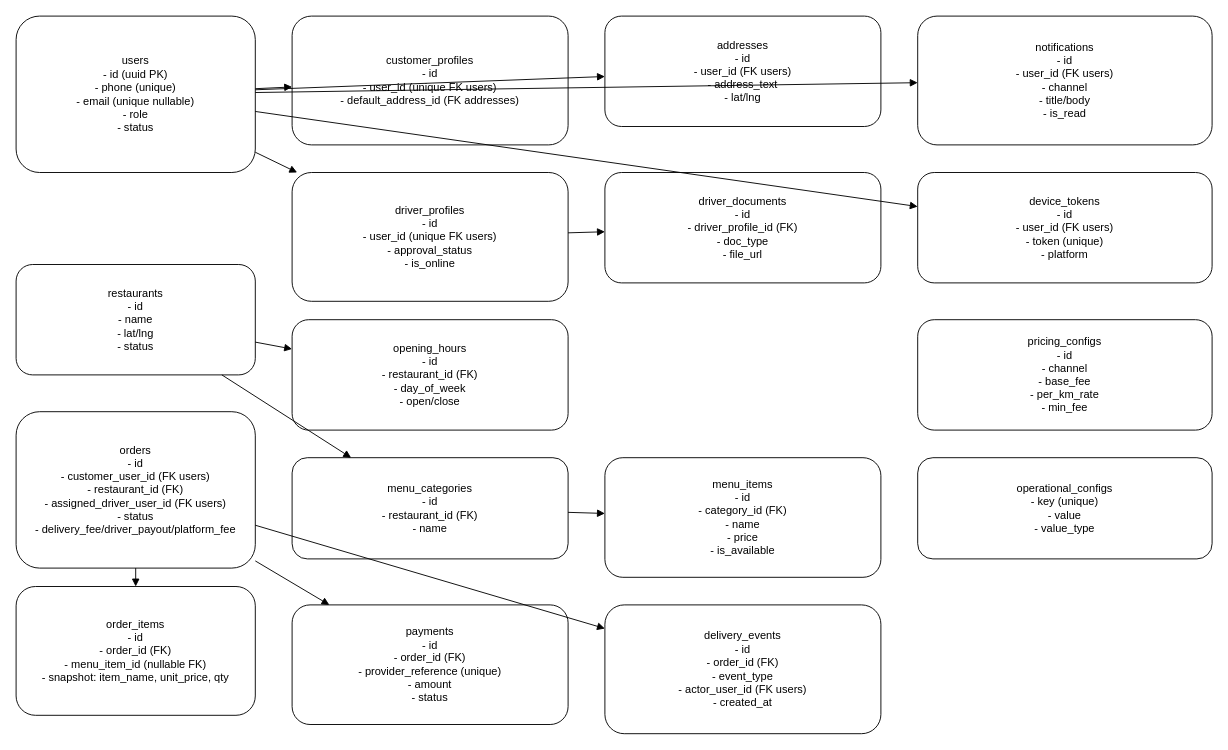
Above: docs/er_diagram.drawio in nahum-code/kech-delivery-app (draw.io), before the change. Source tidied: cells renumbered, new cells numbered last; positions are measured from the earlier drawing's top-left corner, leaving out a move shared by most shapes. Both pictures are drawn from the tidied source at 92%, with x=0, y=0 at pixel (16, 16).
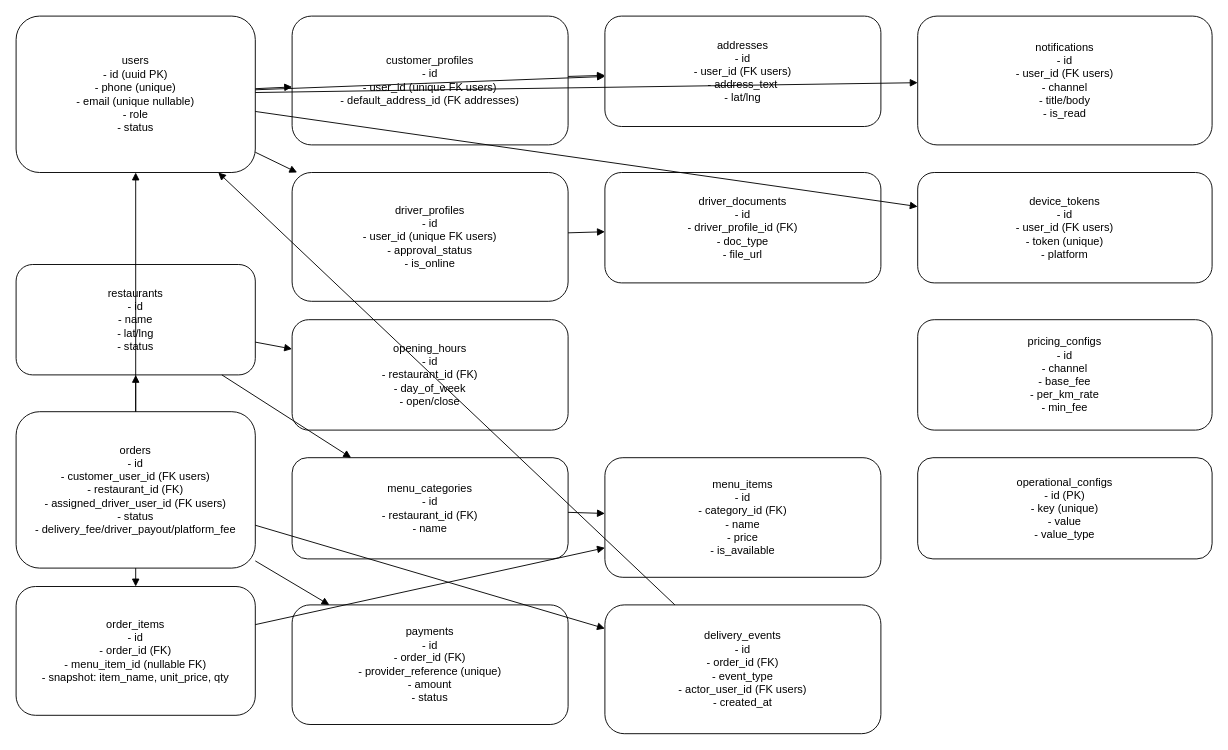
The same page after the edit.

Commit message (it also covers changes not shown here):
docs: add MVP dispatch design and expand architecture/database documentation with updated ER artifacts

Unchanged cells that the change refers to:
```xml
<mxCell id="2" value="users&#10;- id (uuid PK)&#10;- phone (unique)&#10;- email (unique nullable)&#10;- role&#10;- status" style="rounded=1;whiteSpace=wrap;html=1;" parent="1" vertex="1">
  <mxGeometry width="260" height="170" as="geometry" />
</mxCell>
<mxCell id="3" value="customer_profiles&#10;- id&#10;- user_id (unique FK users)&#10;- default_address_id (FK addresses)" style="rounded=1;whiteSpace=wrap;html=1;" parent="1" vertex="1">
  <mxGeometry x="300" width="300" height="140" as="geometry" />
</mxCell>
<mxCell id="6" value="addresses&#10;- id&#10;- user_id (FK users)&#10;- address_text&#10;- lat/lng" style="rounded=1;whiteSpace=wrap;html=1;" parent="1" vertex="1">
  <mxGeometry x="640" width="300" height="120" as="geometry" />
</mxCell>
<mxCell id="7" value="restaurants&#10;- id&#10;- name&#10;- lat/lng&#10;- status" style="rounded=1;whiteSpace=wrap;html=1;" parent="1" vertex="1">
  <mxGeometry y="270" width="260" height="120" as="geometry" />
</mxCell>
<mxCell id="10" value="menu_items&#10;- id&#10;- category_id (FK)&#10;- name&#10;- price&#10;- is_available" style="rounded=1;whiteSpace=wrap;html=1;" parent="1" vertex="1">
  <mxGeometry x="640" y="480" width="300" height="130" as="geometry" />
</mxCell>
<mxCell id="11" value="orders&#10;- id&#10;- customer_user_id (FK users)&#10;- restaurant_id (FK)&#10;- assigned_driver_user_id (FK users)&#10;- status&#10;- delivery_fee/driver_payout/platform_fee" style="rounded=1;whiteSpace=wrap;html=1;" parent="1" vertex="1">
  <mxGeometry y="430" width="260" height="170" as="geometry" />
</mxCell>
<mxCell id="12" value="order_items&#10;- id&#10;- order_id (FK)&#10;- menu_item_id (nullable FK)&#10;- snapshot: item_name, unit_price, qty" style="rounded=1;whiteSpace=wrap;html=1;" parent="1" vertex="1">
  <mxGeometry y="620" width="260" height="140" as="geometry" />
</mxCell>
<mxCell id="14" value="delivery_events&#10;- id&#10;- order_id (FK)&#10;- event_type&#10;- actor_user_id (FK users)&#10;- created_at" style="rounded=1;whiteSpace=wrap;html=1;" parent="1" vertex="1">
  <mxGeometry x="640" y="640" width="300" height="140" as="geometry" />
</mxCell>
```

Diff of the diagram source:
```diff
@@
-    <mxCell id="18" value="operational_configs&#10;- key (unique)&#10;- value&#10;- value_type" style="rounded=1;whiteSpace=wrap;html=1;" parent="1" vertex="1">
+    <mxCell id="18" value="operational_configs&#10;- id (PK)&#10;- key (unique)&#10;- value&#10;- value_type" style="rounded=1;whiteSpace=wrap;html=1;" parent="1" vertex="1">
       <mxGeometry x="980" y="480" width="320" height="110" as="geometry" />
     </mxCell>
@@
+    <mxCell id="31" style="endArrow=block;html=1;rounded=0;" parent="1" edge="1" source="3" target="6">
+      <mxGeometry relative="1" as="geometry" />
+    </mxCell>
+    <mxCell id="32" style="endArrow=block;html=1;rounded=0;" parent="1" edge="1" source="11" target="2">
+      <mxGeometry relative="1" as="geometry" />
+    </mxCell>
+    <mxCell id="33" style="endArrow=block;html=1;rounded=0;" parent="1" edge="1" source="11" target="7">
+      <mxGeometry relative="1" as="geometry" />
+    </mxCell>
+    <mxCell id="34" style="endArrow=block;html=1;rounded=0;" parent="1" edge="1" source="14" target="2">
+      <mxGeometry relative="1" as="geometry" />
+    </mxCell>
+    <mxCell id="35" style="endArrow=block;html=1;rounded=0;" parent="1" edge="1" source="12" target="10">
+      <mxGeometry relative="1" as="geometry" />
+    </mxCell>
```
